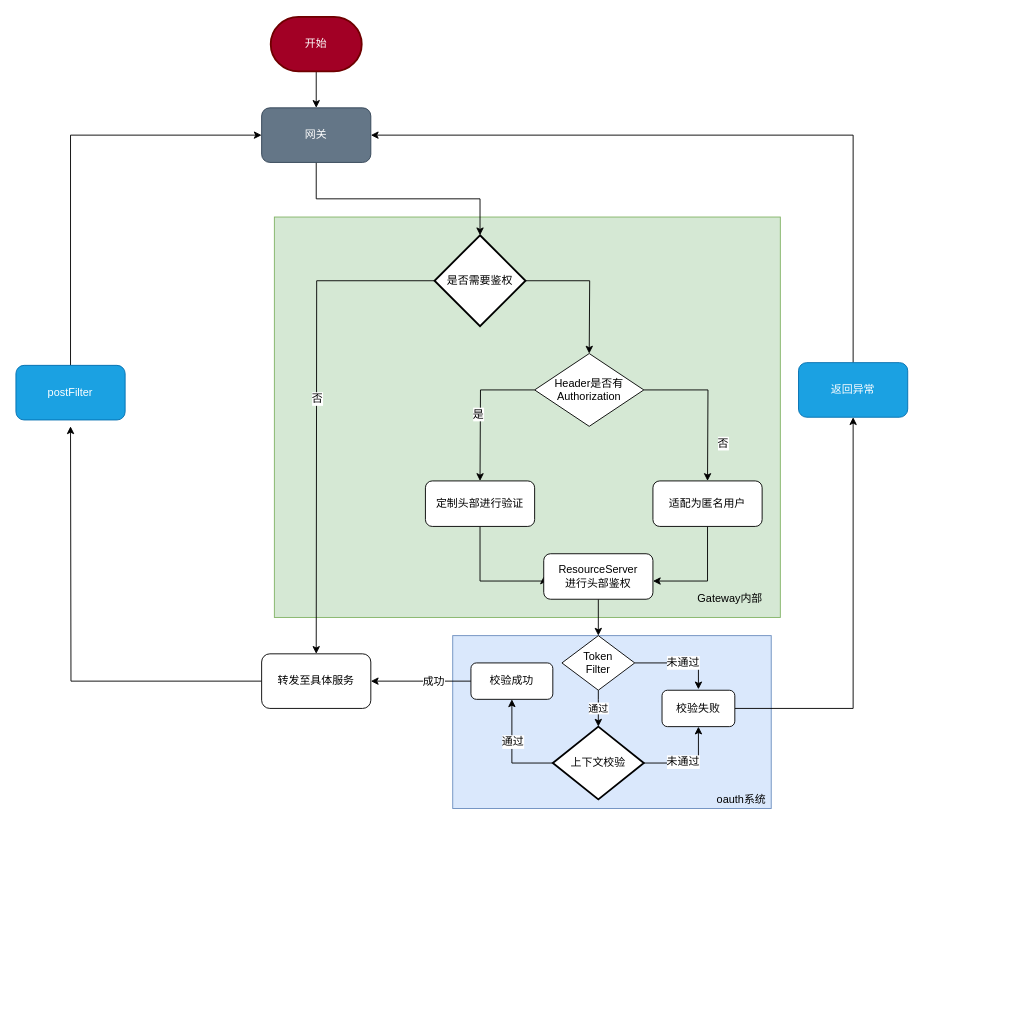
This is 2019/分布式Session与OAuth2.0 Token共存方案.drawio from Godricm/BuDingDesign, a draw.io file, before an edit. Source tidied: cells renumbered, new cells numbered last; positions are measured from the earlier drawing's top-left corner, leaving out a move shared by most shapes. Both pictures are drawn from the tidied source at 91%, with x=0, y=0 at pixel (15, 16).
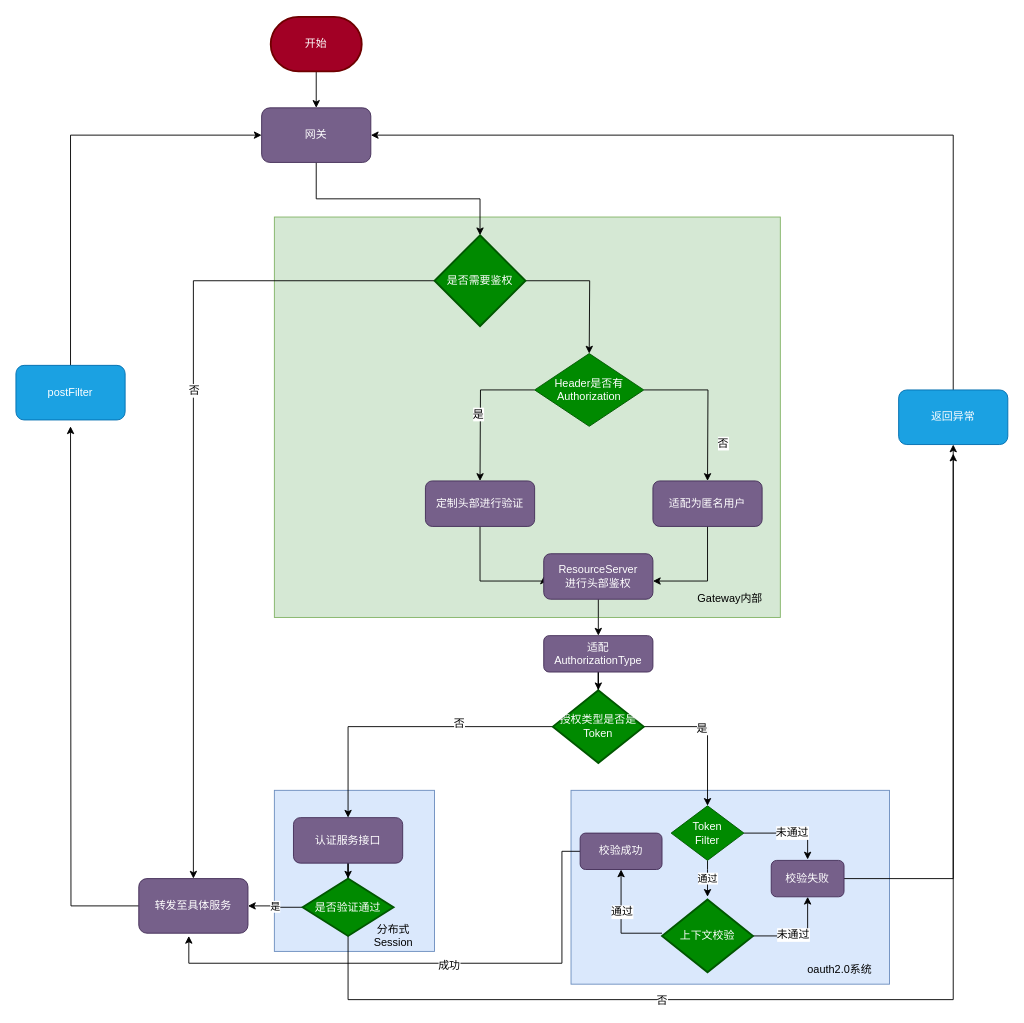
The same diagram, later.

Commit message:
更新分布式Session与OAuth2.0 Token共存方案.drawio

What changed in the source:
```diff
@@
+    <mxCell id="45" style="rounded=0;whiteSpace=wrap;html=1;fillColor=#dae8fc;strokeColor=#6c8ebf;" parent="1" vertex="1">
+      <mxGeometry x="284" y="850" width="176" height="177" as="geometry" />
+    </mxCell>
     <mxCell id="2" style="rounded=0;whiteSpace=wrap;html=1;fillColor=#dae8fc;strokeColor=#6c8ebf;" parent="1" vertex="1">
-      <mxGeometry x="480" y="680" width="350" height="190" as="geometry" />
+      <mxGeometry x="610" y="850" width="350" height="213" as="geometry" />
     </mxCell>
@@
-    <mxCell id="7" value="网关" style="rounded=1;whiteSpace=wrap;html=1;fillColor=#647687;strokeColor=#314354;fontColor=#ffffff;" parent="1" vertex="1">
+    <mxCell id="7" value="网关" style="rounded=1;whiteSpace=wrap;html=1;fillColor=#76608a;strokeColor=#432D57;fontColor=#ffffff;" parent="1" vertex="1">
       <mxGeometry x="270" y="100" width="120" height="60" as="geometry" />
     </mxCell>
@@
-    <mxCell id="9" style="edgeStyle=orthogonalEdgeStyle;rounded=0;jettySize=auto;html=1;exitX=0;exitY=0.5;exitDx=0;exitDy=0;exitPerimeter=0;" parent="1" edge="1" source="11">
+    <mxCell id="9" style="edgeStyle=orthogonalEdgeStyle;rounded=0;jettySize=auto;html=1;exitX=0;exitY=0.5;exitDx=0;exitDy=0;exitPerimeter=0;entryX=0.5;entryY=0;entryDx=0;entryDy=0;" parent="1" edge="1" source="11" target="18">
       <mxGeometry relative="1" as="geometry">
-        <mxPoint x="330" y="700" as="targetPoint" />
+        <Array as="points">
+          <mxPoint x="195" y="290" />
+        </Array>
       </mxGeometry>
     </mxCell>
@@
-    <mxCell id="11" value="是否需要鉴权" style="strokeWidth=2;html=1;shape=mxgraph.flowchart.decision;whiteSpace=wrap;" parent="1" vertex="1">
+    <mxCell id="11" value="是否需要鉴权" style="strokeWidth=2;html=1;shape=mxgraph.flowchart.decision;whiteSpace=wrap;fillColor=#008a00;strokeColor=#005700;fontColor=#ffffff;" parent="1" vertex="1">
       <mxGeometry x="460" y="240" width="100" height="100" as="geometry" />
     </mxCell>
@@
-    <mxCell id="16" value="Header是否有&lt;br&gt;Authorization&lt;br&gt;" style="rhombus;whiteSpace=wrap;html=1;" parent="1" vertex="1">
+    <mxCell id="16" value="Header是否有&lt;br&gt;Authorization&lt;br&gt;" style="rhombus;whiteSpace=wrap;html=1;fillColor=#008a00;strokeColor=#005700;fontColor=#ffffff;" parent="1" vertex="1">
       <mxGeometry x="570" y="370" width="120" height="80" as="geometry" />
     </mxCell>
@@
-    <mxCell id="18" value="转发至具体服务" style="rounded=1;whiteSpace=wrap;html=1;" parent="1" vertex="1">
-      <mxGeometry x="270" y="700" width="120" height="60" as="geometry" />
+    <mxCell id="18" value="转发至具体服务" style="rounded=1;whiteSpace=wrap;html=1;fillColor=#76608a;strokeColor=#432D57;fontColor=#ffffff;" parent="1" vertex="1">
+      <mxGeometry x="135" y="947" width="120" height="60" as="geometry" />
     </mxCell>
@@
-    <mxCell id="22" value="适配为匿名用户" style="rounded=1;whiteSpace=wrap;html=1;" parent="1" vertex="1">
+    <mxCell id="22" value="适配为匿名用户" style="rounded=1;whiteSpace=wrap;html=1;fillColor=#76608a;strokeColor=#432D57;fontColor=#ffffff;" parent="1" vertex="1">
       <mxGeometry x="700" y="510" width="120" height="50" as="geometry" />
     </mxCell>
@@
-    <mxCell id="24" value="定制头部进行验证" style="rounded=1;whiteSpace=wrap;html=1;" parent="1" vertex="1">
+    <mxCell id="24" value="定制头部进行验证" style="rounded=1;whiteSpace=wrap;html=1;fillColor=#76608a;strokeColor=#432D57;fontColor=#ffffff;" parent="1" vertex="1">
       <mxGeometry x="450" y="510" width="120" height="50" as="geometry" />
     </mxCell>
@@
     <mxCell id="26" value="通过" style="edgeStyle=orthogonalEdgeStyle;rounded=0;orthogonalLoop=1;jettySize=auto;html=1;exitX=0.5;exitY=1;exitDx=0;exitDy=0;" parent="1" edge="1">
       <mxGeometry relative="1" as="geometry">
-        <mxPoint x="640" y="740" as="sourcePoint" />
-        <mxPoint x="640" y="780" as="targetPoint" />
+        <mxPoint x="760" y="927" as="sourcePoint" />
+        <mxPoint x="760" y="967" as="targetPoint" />
         <Array as="points">
-          <mxPoint x="640" y="750" />
-          <mxPoint x="640" y="750" />
+          <mxPoint x="760" y="937" />
+          <mxPoint x="760" y="937" />
         </Array>
       </mxGeometry>
     </mxCell>
@@
     <mxCell id="29" style="edgeStyle=orthogonalEdgeStyle;rounded=0;jettySize=auto;html=1;entryX=0.5;entryY=1;entryDx=0;entryDy=0;" parent="1" edge="1" source="31" target="44">
       <mxGeometry relative="1" as="geometry">
         <Array as="points">
-          <mxPoint x="545" y="820" />
+          <mxPoint x="665" y="1007" />
         </Array>
       </mxGeometry>
     </mxCell>
@@
-    <mxCell id="31" value="上下文校验" style="strokeWidth=2;html=1;shape=mxgraph.flowchart.decision;whiteSpace=wrap;" parent="1" vertex="1">
-      <mxGeometry x="590" y="780" width="100" height="80" as="geometry" />
+    <mxCell id="31" value="上下文校验" style="strokeWidth=2;html=1;shape=mxgraph.flowchart.decision;whiteSpace=wrap;fillColor=#008a00;strokeColor=#005700;fontColor=#ffffff;" parent="1" vertex="1">
+      <mxGeometry x="710" y="970" width="100" height="80" as="geometry" />
     </mxCell>
     <mxCell id="32" style="edgeStyle=orthogonalEdgeStyle;rounded=0;jettySize=auto;html=1;entryX=1;entryY=0.5;entryDx=0;entryDy=0;" parent="1" edge="1" source="33" target="7">
       <mxGeometry relative="1" as="geometry">
         <Array as="points">
-          <mxPoint x="920" y="130" />
+          <mxPoint x="1030" y="130" />
         </Array>
       </mxGeometry>
     </mxCell>
     <mxCell id="33" value="返回异常" style="rounded=1;whiteSpace=wrap;html=1;fillColor=#1ba1e2;strokeColor=#006EAF;fontColor=#ffffff;" parent="1" vertex="1">
-      <mxGeometry x="860" y="380" width="120" height="60" as="geometry" />
+      <mxGeometry x="970" y="410" width="120" height="60" as="geometry" />
     </mxCell>
-    <mxCell id="34" value="oauth系统" style="text;html=1;strokeColor=none;fillColor=none;align=center;verticalAlign=middle;whiteSpace=wrap;rounded=0;" parent="1" vertex="1">
-      <mxGeometry x="765" y="850" width="65" height="20" as="geometry" />
+    <mxCell id="34" value="oauth2.0系统" style="text;html=1;strokeColor=none;fillColor=none;align=center;verticalAlign=middle;whiteSpace=wrap;rounded=0;" parent="1" vertex="1">
+      <mxGeometry x="867.5" y="1037" width="75" height="20" as="geometry" />
     </mxCell>
-    <mxCell id="35" style="edgeStyle=orthogonalEdgeStyle;rounded=0;jettySize=auto;html=1;" parent="1" edge="1" source="36" target="39">
-      <mxGeometry relative="1" as="geometry" />
-    </mxCell>
+    <mxCell id="46" style="edgeStyle=orthogonalEdgeStyle;rounded=0;jettySize=auto;html=1;" parent="1" edge="1" source="36">
+      <mxGeometry relative="1" as="geometry">
+        <mxPoint x="640" y="680" as="targetPoint" />
+      </mxGeometry>
+    </mxCell>
-    <mxCell id="36" value="ResourceServer&lt;br&gt;进行头部鉴权&lt;br&gt;" style="rounded=1;whiteSpace=wrap;html=1;" parent="1" vertex="1">
+    <mxCell id="36" value="ResourceServer&lt;br&gt;进行头部鉴权&lt;br&gt;" style="rounded=1;whiteSpace=wrap;html=1;fillColor=#76608a;strokeColor=#432D57;fontColor=#ffffff;" parent="1" vertex="1">
       <mxGeometry x="580" y="590" width="120" height="50" as="geometry" />
     </mxCell>
     <mxCell id="37" style="edgeStyle=orthogonalEdgeStyle;rounded=0;jettySize=auto;html=1;" parent="1" edge="1" source="39">
       <mxGeometry relative="1" as="geometry">
-        <mxPoint x="750" y="739" as="targetPoint" />
+        <mxPoint x="870" y="926" as="targetPoint" />
         <Array as="points">
-          <mxPoint x="750" y="710" />
+          <mxPoint x="870" y="897" />
         </Array>
       </mxGeometry>
     </mxCell>
@@
-    <mxCell id="39" value="Token&lt;br&gt;Filter&lt;br&gt;" style="rhombus;whiteSpace=wrap;html=1;" parent="1" vertex="1">
-      <mxGeometry x="600" y="680" width="80" height="60" as="geometry" />
+    <mxCell id="39" value="Token&lt;br&gt;Filter&lt;br&gt;" style="rhombus;whiteSpace=wrap;html=1;fillColor=#008a00;strokeColor=#005700;fontColor=#ffffff;" parent="1" vertex="1">
+      <mxGeometry x="720" y="867" width="80" height="60" as="geometry" />
     </mxCell>
@@
-    <mxCell id="41" value="校验失败" style="rounded=1;whiteSpace=wrap;html=1;" parent="1" vertex="1">
-      <mxGeometry x="710" y="740" width="80" height="40" as="geometry" />
+    <mxCell id="41" value="校验失败" style="rounded=1;whiteSpace=wrap;html=1;fillColor=#76608a;strokeColor=#432D57;fontColor=#ffffff;" parent="1" vertex="1">
+      <mxGeometry x="830" y="927" width="80" height="40" as="geometry" />
     </mxCell>
-    <mxCell id="42" style="edgeStyle=orthogonalEdgeStyle;rounded=0;jettySize=auto;html=1;entryX=1;entryY=0.5;entryDx=0;entryDy=0;" parent="1" edge="1" source="44" target="18">
-      <mxGeometry relative="1" as="geometry" />
-    </mxCell>
+    <mxCell id="47" style="edgeStyle=orthogonalEdgeStyle;rounded=0;jettySize=auto;html=1;" parent="1" edge="1" source="44">
+      <mxGeometry relative="1" as="geometry">
+        <mxPoint x="190" y="1010" as="targetPoint" />
+        <Array as="points">
+          <mxPoint x="600" y="917" />
+          <mxPoint x="600" y="1040" />
+          <mxPoint x="190" y="1040" />
+        </Array>
+      </mxGeometry>
+    </mxCell>
-    <mxCell id="43" value="成功" style="text;html=1;align=center;verticalAlign=middle;labelBackgroundColor=#ffffff;" parent="42" vertex="1">
-      <mxGeometry x="-0.24" relative="1" as="geometry" />
+    <mxCell id="43" value="成功" style="text;html=1;align=center;verticalAlign=middle;labelBackgroundColor=#ffffff;" parent="47" vertex="1">
+      <mxGeometry x="-0.08" y="2" relative="1" as="geometry" />
     </mxCell>
-    <mxCell id="44" value="校验成功" style="rounded=1;whiteSpace=wrap;html=1;" parent="1" vertex="1">
-      <mxGeometry x="500" y="710" width="90" height="40" as="geometry" />
+    <mxCell id="44" value="校验成功" style="rounded=1;whiteSpace=wrap;html=1;fillColor=#76608a;strokeColor=#432D57;fontColor=#ffffff;" parent="1" vertex="1">
+      <mxGeometry x="620" y="897" width="90" height="40" as="geometry" />
     </mxCell>
+    <mxCell id="48" style="edgeStyle=orthogonalEdgeStyle;rounded=0;jettySize=auto;html=1;" parent="1" edge="1" source="49" target="54">
+      <mxGeometry relative="1" as="geometry" />
+    </mxCell>
+    <mxCell id="49" value="适配AuthorizationType" style="rounded=1;whiteSpace=wrap;html=1;fillColor=#76608a;strokeColor=#432D57;fontColor=#ffffff;" parent="1" vertex="1">
+      <mxGeometry x="580" y="680" width="120" height="40" as="geometry" />
+    </mxCell>
+    <mxCell id="50" style="edgeStyle=orthogonalEdgeStyle;rounded=0;jettySize=auto;html=1;entryX=0.5;entryY=0;entryDx=0;entryDy=0;" parent="1" edge="1" source="54" target="39">
+      <mxGeometry relative="1" as="geometry" />
+    </mxCell>
+    <mxCell id="51" value="是" style="text;html=1;align=center;verticalAlign=middle;labelBackgroundColor=#ffffff;" parent="50" vertex="1">
+      <mxGeometry x="-0.2" y="-1" relative="1" as="geometry" />
+    </mxCell>
+    <mxCell id="52" style="edgeStyle=orthogonalEdgeStyle;rounded=0;jettySize=auto;html=1;entryX=0.5;entryY=0;entryDx=0;entryDy=0;" parent="1" edge="1" source="54" target="56">
+      <mxGeometry relative="1" as="geometry" />
+    </mxCell>
+    <mxCell id="53" value="否" style="text;html=1;align=center;verticalAlign=middle;labelBackgroundColor=#ffffff;" parent="52" vertex="1">
+      <mxGeometry x="-0.36" y="-4" relative="1" as="geometry" />
+    </mxCell>
+    <mxCell id="54" value="授权类型是否是Token" style="strokeWidth=2;html=1;shape=mxgraph.flowchart.decision;whiteSpace=wrap;fillColor=#008a00;strokeColor=#005700;fontColor=#ffffff;" parent="1" vertex="1">
+      <mxGeometry x="590" y="740" width="100" height="80" as="geometry" />
+    </mxCell>
+    <mxCell id="55" style="edgeStyle=orthogonalEdgeStyle;rounded=0;jettySize=auto;html=1;" parent="1" edge="1" source="56" target="60">
+      <mxGeometry relative="1" as="geometry" />
+    </mxCell>
+    <mxCell id="56" value="认证服务接口" style="rounded=1;whiteSpace=wrap;html=1;fillColor=#76608a;strokeColor=#432D57;fontColor=#ffffff;" parent="1" vertex="1">
+      <mxGeometry x="305" y="880" width="120" height="50" as="geometry" />
+    </mxCell>
+    <mxCell id="57" value="是" style="edgeStyle=orthogonalEdgeStyle;rounded=0;jettySize=auto;html=1;entryX=1;entryY=0.5;entryDx=0;entryDy=0;" parent="1" edge="1" source="60" target="18">
+      <mxGeometry relative="1" as="geometry" />
+    </mxCell>
+    <mxCell id="58" style="edgeStyle=orthogonalEdgeStyle;rounded=0;jettySize=auto;html=1;" parent="1" edge="1" source="60">
+      <mxGeometry relative="1" as="geometry">
+        <mxPoint x="1030" y="480" as="targetPoint" />
+        <Array as="points">
+          <mxPoint x="365" y="1080" />
+          <mxPoint x="1030" y="1080" />
+        </Array>
+      </mxGeometry>
+    </mxCell>
+    <mxCell id="59" value="否" style="text;html=1;align=center;verticalAlign=middle;labelBackgroundColor=#ffffff;" parent="58" vertex="1">
+      <mxGeometry x="-0.38" relative="1" as="geometry" />
+    </mxCell>
+    <mxCell id="60" value="是否验证通过" style="strokeWidth=2;html=1;shape=mxgraph.flowchart.decision;whiteSpace=wrap;fillColor=#008a00;strokeColor=#005700;fontColor=#ffffff;" parent="1" vertex="1">
+      <mxGeometry x="315" y="947" width="100" height="63" as="geometry" />
+    </mxCell>
+    <mxCell id="61" value="分布式Session" style="text;html=1;strokeColor=none;fillColor=none;align=center;verticalAlign=middle;whiteSpace=wrap;rounded=0;" parent="1" vertex="1">
+      <mxGeometry x="380" y="1000" width="70" height="20" as="geometry" />
+    </mxCell>
```
